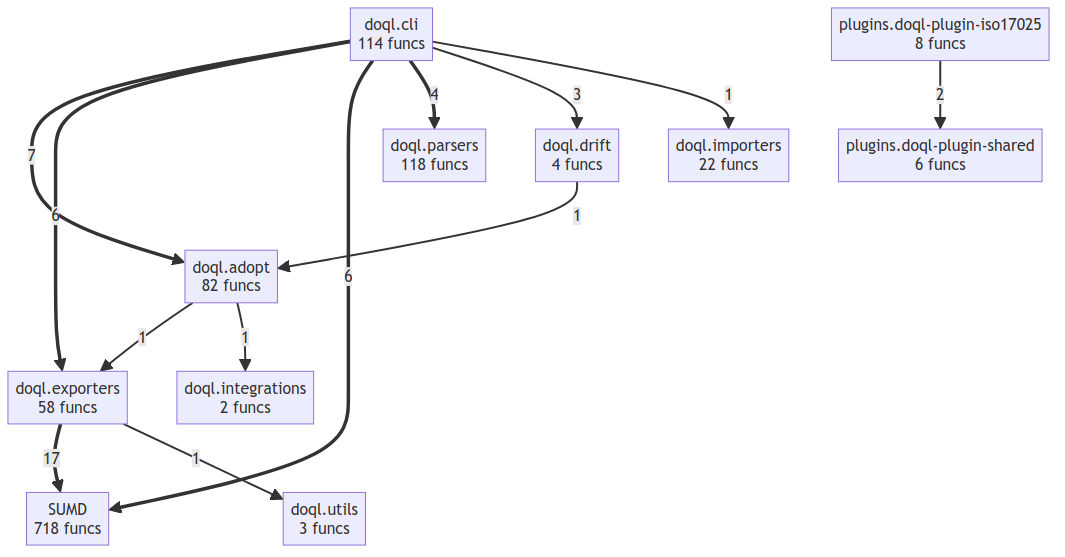
oqlos/doql keeps this Mermaid diagram as project/compact_flow.png. Above is the earlier version. Its source is kept beside it as project/compact_flow.mmd.
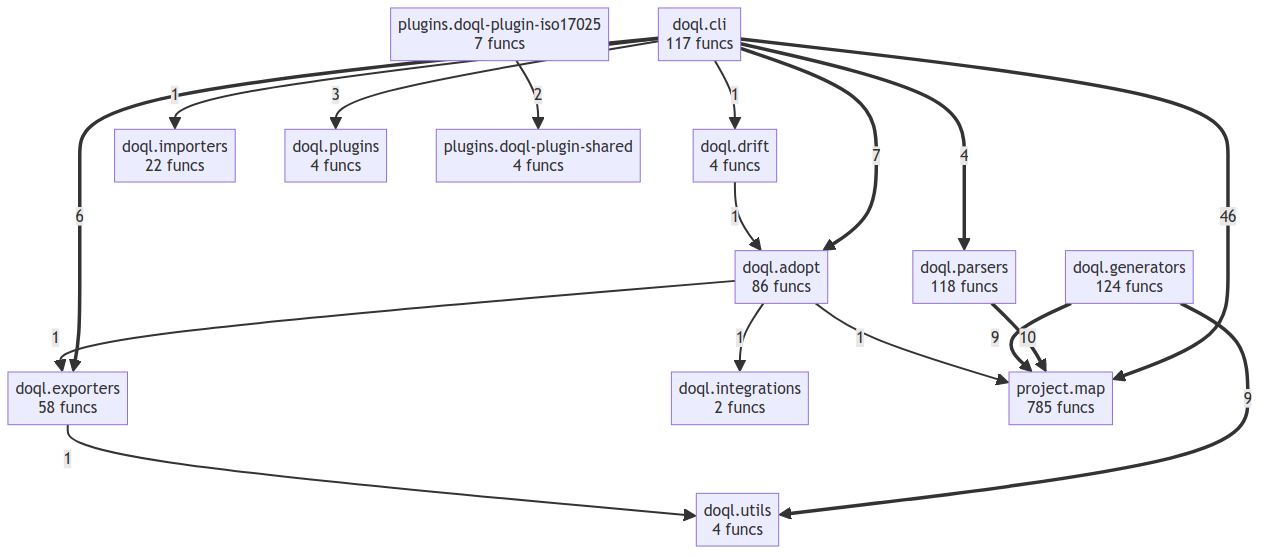
Later version of the same file.

Diff of the diagram source:
```diff
@@ -1,24 +1,30 @@
 flowchart TD
-    SUMD["SUMD<br/>718 funcs"]
-    doql__adopt["doql.adopt<br/>82 funcs"]
-    doql__cli["doql.cli<br/>114 funcs"]
+    doql__adopt["doql.adopt<br/>86 funcs"]
+    doql__cli["doql.cli<br/>117 funcs"]
     doql__drift["doql.drift<br/>4 funcs"]
     doql__exporters["doql.exporters<br/>58 funcs"]
+    doql__generators["doql.generators<br/>124 funcs"]
     doql__importers["doql.importers<br/>22 funcs"]
     doql__integrations["doql.integrations<br/>2 funcs"]
     doql__parsers["doql.parsers<br/>118 funcs"]
-    doql__utils["doql.utils<br/>3 funcs"]
-    plugins__doql_plugin_iso17025["plugins.doql-plugin-iso17025<br/>8 funcs"]
-    plugins__doql_plugin_shared["plugins.doql-plugin-shared<br/>6 funcs"]
-    doql__exporters ==>|17| SUMD
+    doql__plugins["doql.plugins<br/>4 funcs"]
+    doql__utils["doql.utils<br/>4 funcs"]
+    plugins__doql_plugin_iso17025["plugins.doql-plugin-iso17025<br/>7 funcs"]
+    plugins__doql_plugin_shared["plugins.doql-plugin-shared<br/>4 funcs"]
+    project__map["project.map<br/>785 funcs"]
+    doql__cli ==>|46| project__map
+    doql__parsers ==>|10| project__map
+    doql__generators ==>|9| doql__utils
+    doql__generators ==>|9| project__map
     doql__cli ==>|7| doql__adopt
     doql__cli ==>|6| doql__exporters
-    doql__cli ==>|6| SUMD
     doql__cli ==>|4| doql__parsers
-    doql__cli -->|3| doql__drift
+    doql__cli -->|3| doql__plugins
     plugins__doql_plugin_iso17025 -->|2| plugins__doql_plugin_shared
     doql__drift -->|1| doql__adopt
     doql__cli -->|1| doql__importers
     doql__exporters -->|1| doql__utils
     doql__adopt -->|1| doql__exporters
     doql__adopt -->|1| doql__integrations
+    doql__adopt -->|1| project__map
+    doql__cli -->|1| doql__drift
```
